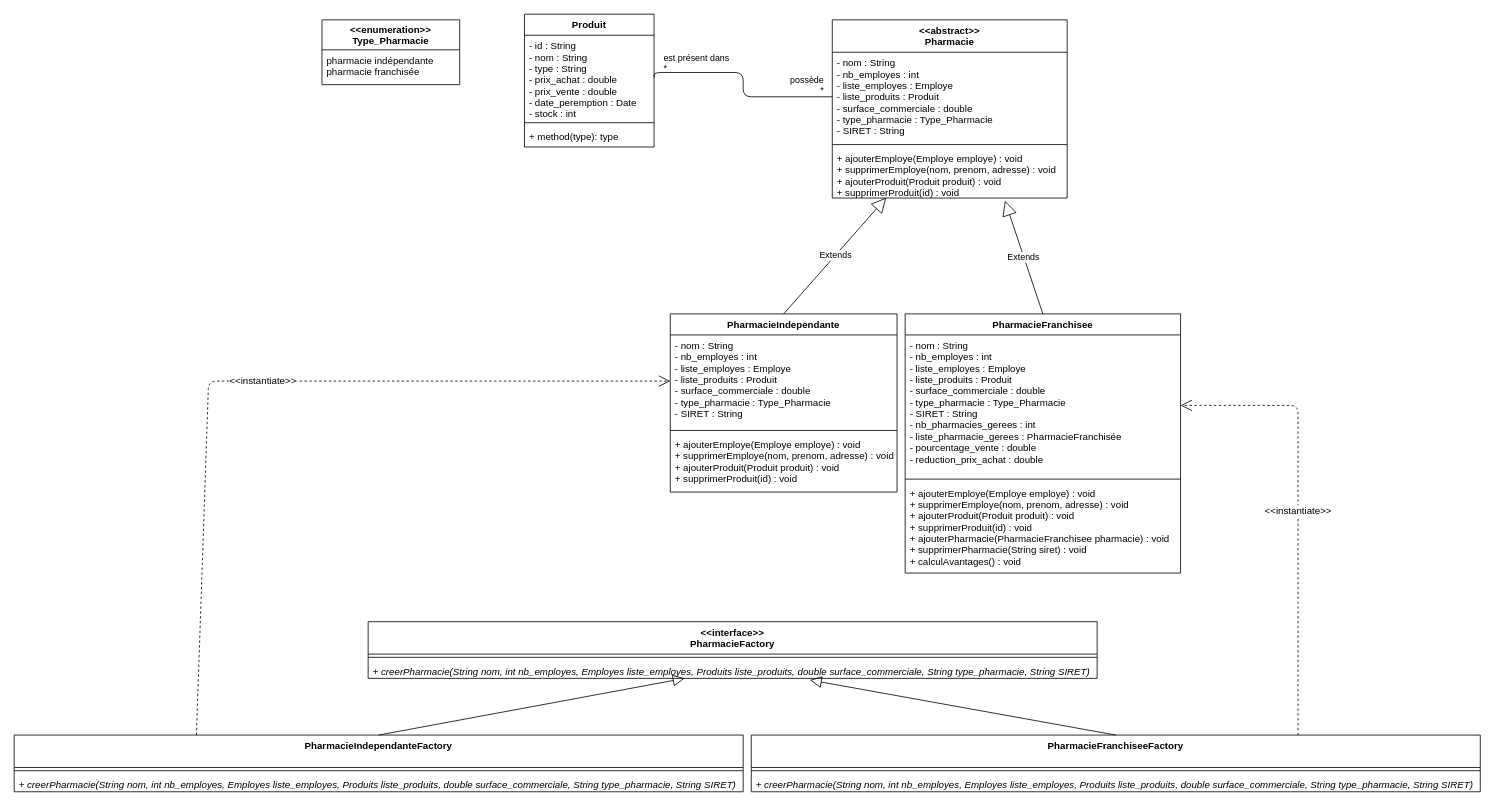
uapv1705019/Projet-Design-Pattern-Avance keeps this draw.io diagram as src/diagrams/Produits_Pharmacies.drawio. Above is the earlier version. Source tidied: cells renumbered, new cells numbered last; positions are measured from the earlier drawing's top-left corner, leaving out a move shared by most shapes. Both pictures are drawn from the tidied source at 81%, with x=0, y=0 at pixel (14, 14).
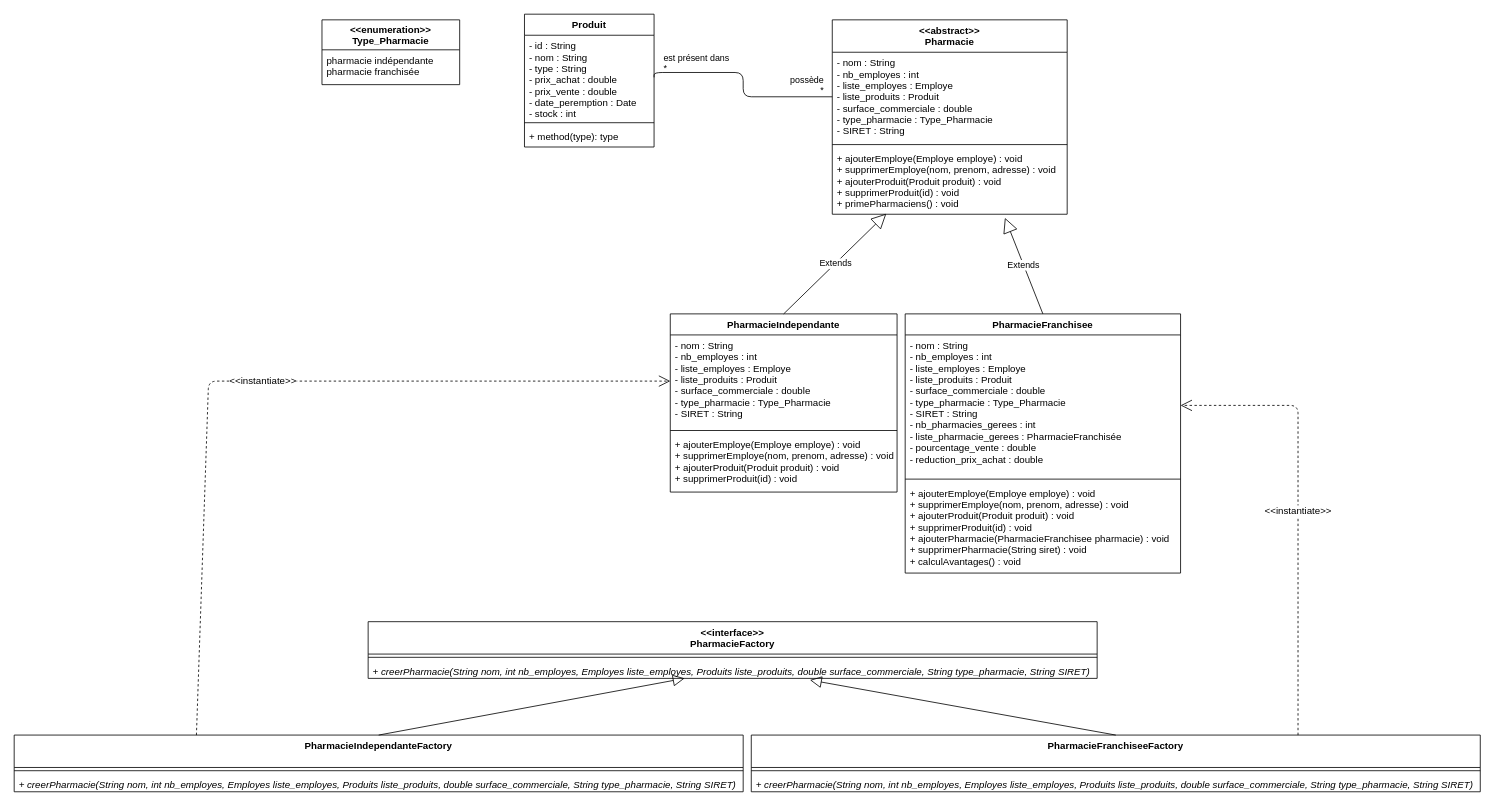
Above is the later version.

Diff of the diagram source:
```diff
@@
     <mxCell id="6" value="&lt;&lt;abstract&gt;&gt;&#10;Pharmacie" style="swimlane;fontStyle=1;align=center;verticalAlign=top;horizontal=1;startSize=40;" parent="1" vertex="1">
-      <mxGeometry x="1010" y="7" width="290" height="220" as="geometry" />
+      <mxGeometry x="1010" y="7" width="290" height="240" as="geometry" />
     </mxCell>
@@
-    <mxCell id="9" value="+ ajouterEmploye(Employe employe) : void&#10;+ supprimerEmploye(nom, prenom, adresse) : void&#10;+ ajouterProduit(Produit produit) : void&#10;+ supprimerProduit(id) : void" style="text;strokeColor=none;fillColor=none;align=left;verticalAlign=top;spacingLeft=4;spacingRight=4;overflow=hidden;points=[[0,0.5],[1,0.5]];portConstraint=eastwest;" parent="6" vertex="1">
-      <mxGeometry y="158" width="290" height="62" as="geometry" />
+    <mxCell id="9" value="+ ajouterEmploye(Employe employe) : void&#10;+ supprimerEmploye(nom, prenom, adresse) : void&#10;+ ajouterProduit(Produit produit) : void&#10;+ supprimerProduit(id) : void&#10;+ primePharmaciens() : void" style="text;strokeColor=none;fillColor=none;align=left;verticalAlign=top;spacingLeft=4;spacingRight=4;overflow=hidden;points=[[0,0.5],[1,0.5]];portConstraint=eastwest;" parent="6" vertex="1">
+      <mxGeometry y="158" width="290" height="82" as="geometry" />
     </mxCell>
```
